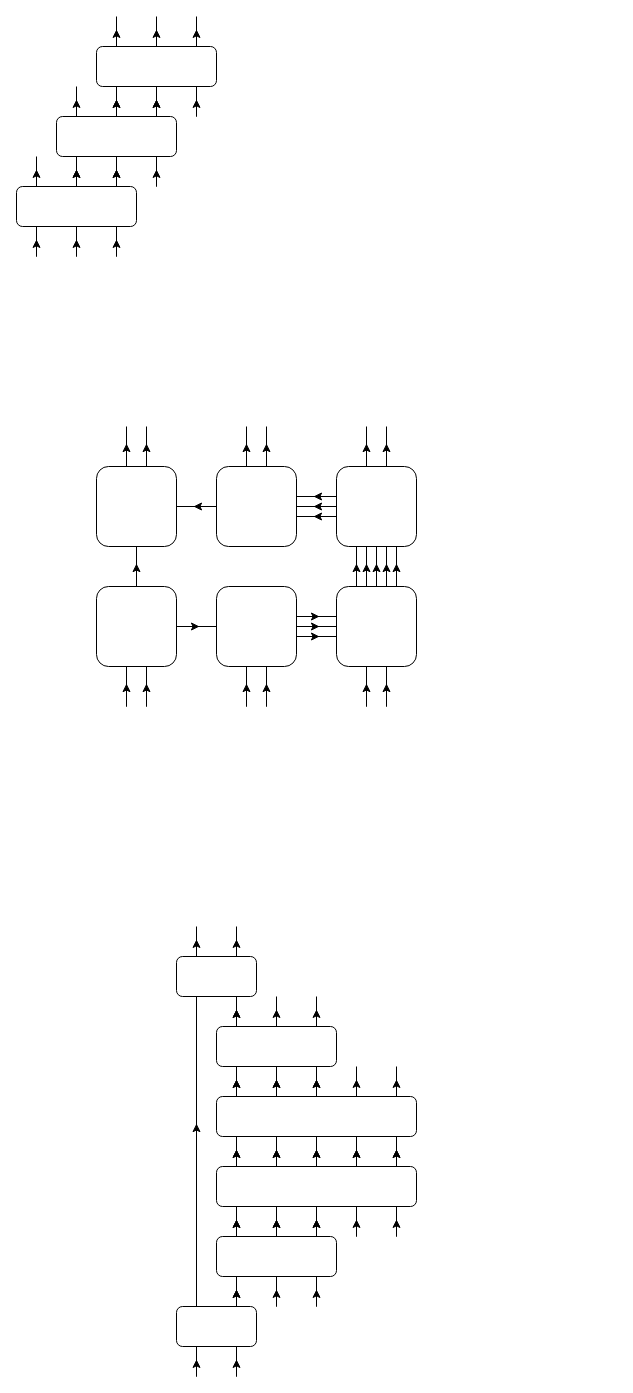
Above: Paper_figures/circuit.drawio in WenqingXie47/Fermion-Gaussian (draw.io), before the change. Source tidied: cells renumbered, new cells numbered last; positions are measured from the earlier drawing's top-left corner, leaving out a move shared by most shapes. Both pictures are drawn from the tidied source at 100%, with x=0, y=0 at pixel (16, 16).
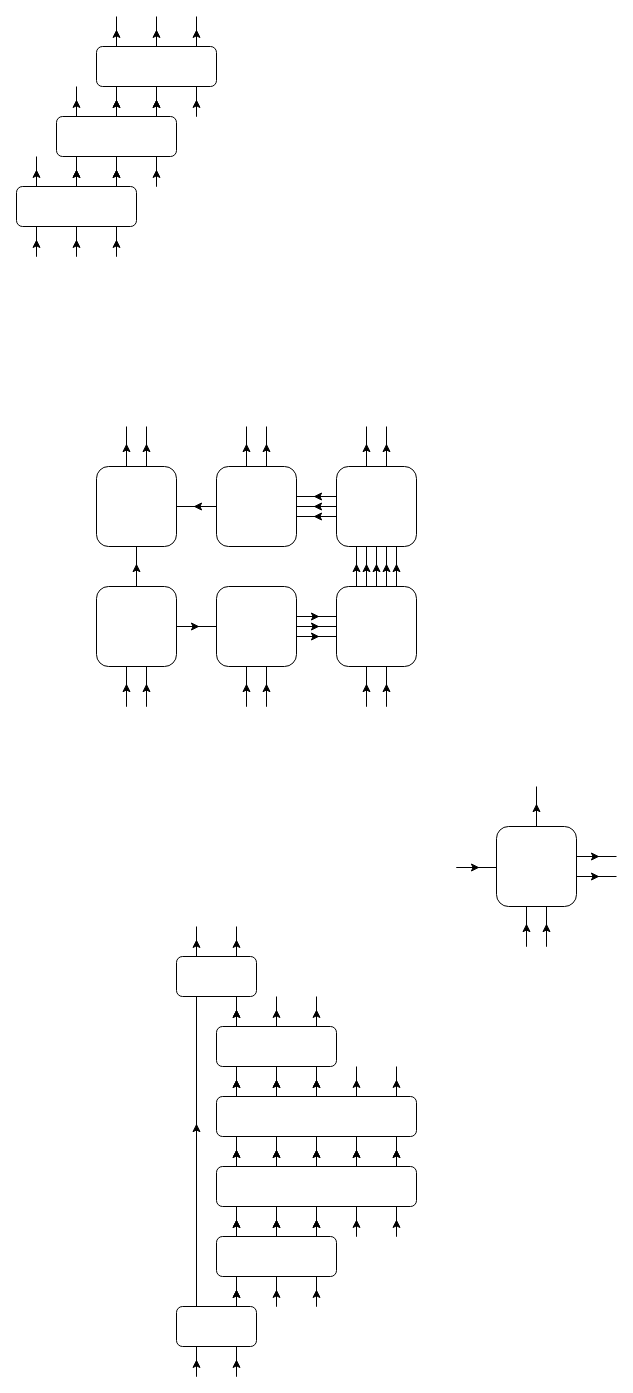
After the change.

The edit, as a diff of the source:
```diff
@@
+    <mxCell id="277" style="group;" parent="1" vertex="1">
+      <mxGeometry x="520" y="770" height="40" as="geometry" />
+    </mxCell>
+    <mxCell id="278" style="endArrow=classic;html=1;rounded=0;" parent="277" edge="1">
+      <mxGeometry relative="1" as="geometry">
+        <mxPoint y="40" as="sourcePoint" />
+        <mxPoint y="17.1" as="targetPoint" />
+      </mxGeometry>
+    </mxCell>
+    <mxCell id="279" style="endArrow=none;html=1;rounded=0;" parent="277" edge="1">
+      <mxGeometry relative="1" as="geometry">
+        <mxPoint y="40" as="sourcePoint" />
+        <mxPoint as="targetPoint" />
+        <Array as="points">
+          <mxPoint y="28.6" />
+        </Array>
+      </mxGeometry>
+    </mxCell>
+    <mxCell id="280" style="rounded=1;whiteSpace=wrap;html=1;" parent="1" vertex="1">
+      <mxGeometry x="480" y="810" width="80" height="80" as="geometry" />
+    </mxCell>
+    <mxCell id="281" style="group;" parent="1" vertex="1">
+      <mxGeometry x="510" y="890" height="40" as="geometry" />
+    </mxCell>
+    <mxCell id="282" style="endArrow=classic;html=1;rounded=0;" parent="281" edge="1">
+      <mxGeometry relative="1" as="geometry">
+        <mxPoint y="40" as="sourcePoint" />
+        <mxPoint y="17.1" as="targetPoint" />
+      </mxGeometry>
+    </mxCell>
+    <mxCell id="283" style="endArrow=none;html=1;rounded=0;" parent="281" edge="1">
+      <mxGeometry relative="1" as="geometry">
+        <mxPoint y="40" as="sourcePoint" />
+        <mxPoint as="targetPoint" />
+        <Array as="points">
+          <mxPoint y="28.6" />
+        </Array>
+      </mxGeometry>
+    </mxCell>
+    <mxCell id="284" style="group;" parent="1" vertex="1">
+      <mxGeometry x="530" y="890" height="40" as="geometry" />
+    </mxCell>
+    <mxCell id="285" style="endArrow=classic;html=1;rounded=0;" parent="284" edge="1">
+      <mxGeometry relative="1" as="geometry">
+        <mxPoint y="40" as="sourcePoint" />
+        <mxPoint y="17.1" as="targetPoint" />
+      </mxGeometry>
+    </mxCell>
+    <mxCell id="286" style="endArrow=none;html=1;rounded=0;" parent="284" edge="1">
+      <mxGeometry relative="1" as="geometry">
+        <mxPoint y="40" as="sourcePoint" />
+        <mxPoint as="targetPoint" />
+        <Array as="points">
+          <mxPoint y="28.6" />
+        </Array>
+      </mxGeometry>
+    </mxCell>
+    <mxCell id="287" style="group;rotation=90;" parent="1" vertex="1">
+      <mxGeometry x="580" y="820" height="40" as="geometry" />
+    </mxCell>
+    <mxCell id="288" style="endArrow=classic;html=1;rounded=0;" parent="287" edge="1">
+      <mxGeometry relative="1" as="geometry">
+        <mxPoint x="-20" y="20" as="sourcePoint" />
+        <mxPoint x="3" y="20" as="targetPoint" />
+      </mxGeometry>
+    </mxCell>
+    <mxCell id="289" style="endArrow=none;html=1;rounded=0;" parent="287" edge="1">
+      <mxGeometry relative="1" as="geometry">
+        <mxPoint x="-20" y="20" as="sourcePoint" />
+        <mxPoint x="20" y="20" as="targetPoint" />
+        <Array as="points">
+          <mxPoint x="-9" y="20" />
+        </Array>
+      </mxGeometry>
+    </mxCell>
+    <mxCell id="290" style="group;rotation=90;" parent="1" vertex="1">
+      <mxGeometry x="460" y="831" height="40" as="geometry" />
+    </mxCell>
+    <mxCell id="291" style="endArrow=classic;html=1;rounded=0;" parent="290" edge="1">
+      <mxGeometry relative="1" as="geometry">
+        <mxPoint x="-20" y="20" as="sourcePoint" />
+        <mxPoint x="3" y="20" as="targetPoint" />
+      </mxGeometry>
+    </mxCell>
+    <mxCell id="292" style="endArrow=none;html=1;rounded=0;" parent="290" edge="1">
+      <mxGeometry relative="1" as="geometry">
+        <mxPoint x="-20" y="20" as="sourcePoint" />
+        <mxPoint x="20" y="20" as="targetPoint" />
+        <Array as="points">
+          <mxPoint x="-9" y="20" />
+        </Array>
+      </mxGeometry>
+    </mxCell>
+    <mxCell id="293" style="group;rotation=90;" parent="1" vertex="1">
+      <mxGeometry x="580" y="840" height="40" as="geometry" />
+    </mxCell>
+    <mxCell id="294" style="endArrow=classic;html=1;rounded=0;" parent="293" edge="1">
+      <mxGeometry relative="1" as="geometry">
+        <mxPoint x="-20" y="20" as="sourcePoint" />
+        <mxPoint x="3" y="20" as="targetPoint" />
+      </mxGeometry>
+    </mxCell>
+    <mxCell id="295" style="endArrow=none;html=1;rounded=0;" parent="293" edge="1">
+      <mxGeometry relative="1" as="geometry">
+        <mxPoint x="-20" y="20" as="sourcePoint" />
+        <mxPoint x="20" y="20" as="targetPoint" />
+        <Array as="points">
+          <mxPoint x="-9" y="20" />
+        </Array>
+      </mxGeometry>
+    </mxCell>
```
